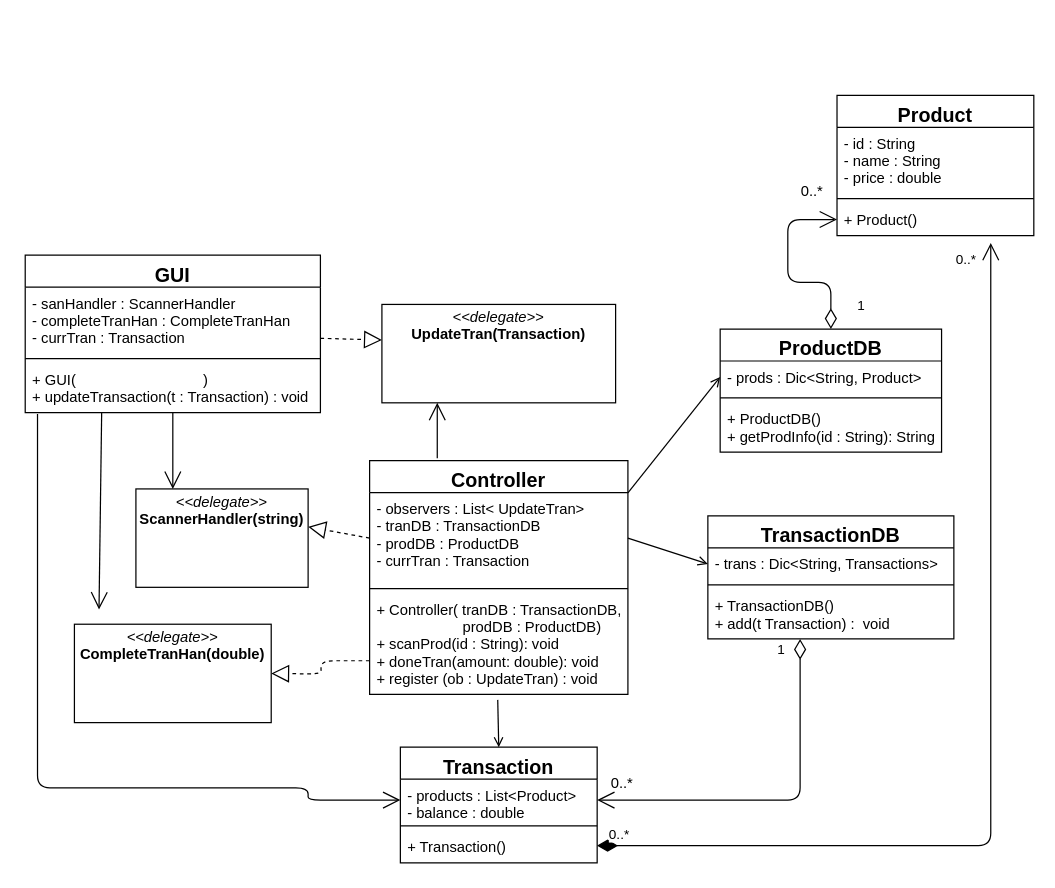
Before: page "Edited Page" (4 of 4) of Caleb Rosebaugh-Exam 1 Section b.drawio in Rosebaugh/CS501, a draw.io diagram. Source tidied: cells renumbered, new cells numbered last; positions are measured from the earlier drawing's top-left corner, leaving out a move shared by most shapes. Both pictures are drawn from the tidied source at 123%, with x=0, y=0 at pixel (25, 95).
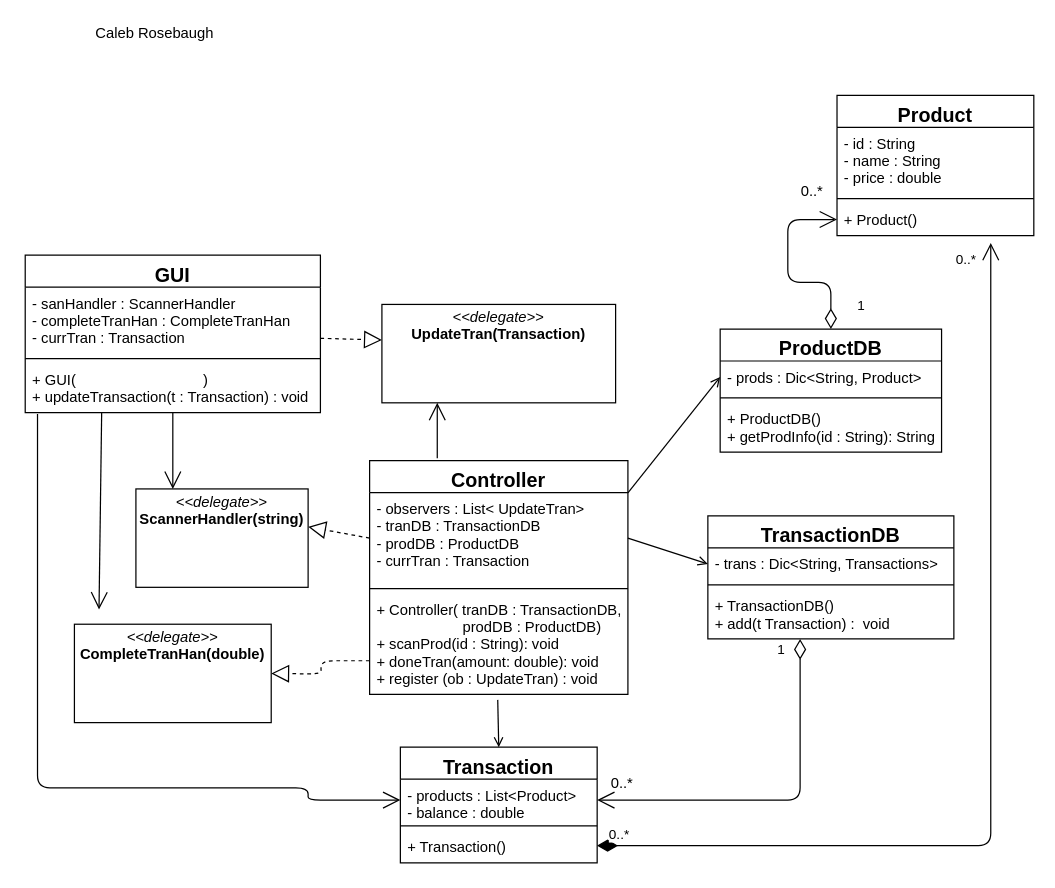
Above is the later version.

The edit, as a diff of the source:
```diff
@@
+    <mxCell id="45" value="Caleb Rosebaugh" style="text;html=1;align=center;verticalAlign=middle;" parent="1" vertex="1">
+      <mxGeometry x="50" y="-60" width="110" height="20" as="geometry" />
+    </mxCell>
```
